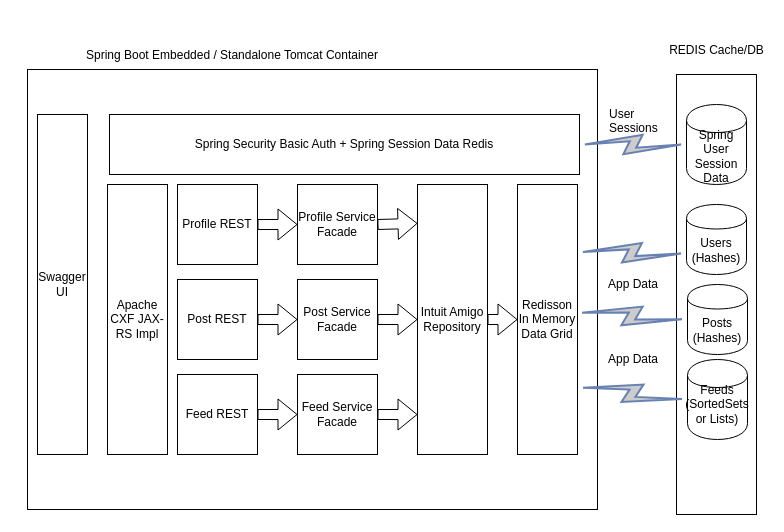
Above: Intuit-Amigo.drawio in anirudha-kadam/intuit-amigo (draw.io), before the change. Source tidied: cells renumbered, new cells numbered last; positions are measured from the earlier drawing's top-left corner, leaving out a move shared by most shapes. Both pictures are drawn from the tidied source at 100%, with x=0, y=0 at pixel (27, 35).
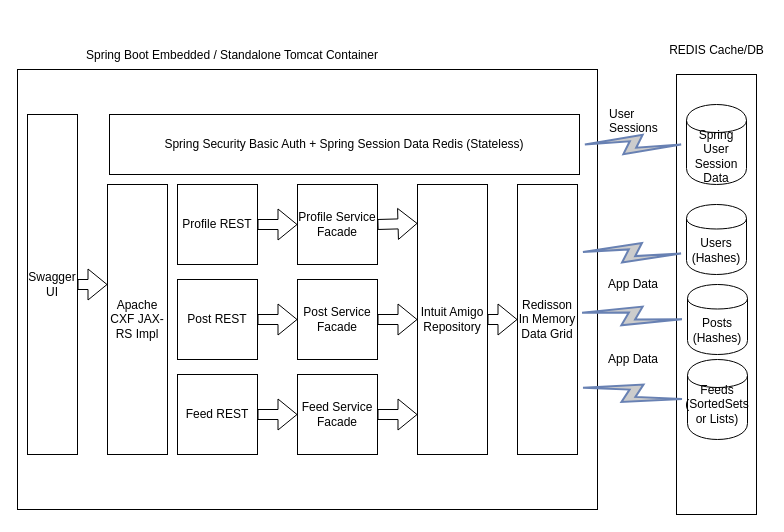
Above is the later version.

Diff of the diagram source:
```diff
@@
     <mxCell id="2" style="rounded=0;whiteSpace=wrap;html=1;" parent="1" vertex="1">
-      <mxGeometry y="34" width="570" height="440" as="geometry" />
+      <mxGeometry x="-10" y="34" width="580" height="440" as="geometry" />
     </mxCell>
@@
-    <mxCell id="20" value="Spring Security Basic Auth + Spring Session Data Redis" style="rounded=0;whiteSpace=wrap;html=1;" parent="1" vertex="1">
+    <mxCell id="20" value="Spring Security Basic Auth + Spring Session Data Redis&amp;nbsp;&lt;span&gt;(Stateless)&lt;/span&gt;" style="rounded=0;whiteSpace=wrap;html=1;" parent="1" vertex="1">
       <mxGeometry x="82" y="79" width="470" height="60" as="geometry" />
     </mxCell>
@@
     <mxCell id="31" value="Swagger UI" style="rounded=0;whiteSpace=wrap;html=1;" parent="1" vertex="1">
-      <mxGeometry x="10" y="79" width="50" height="340" as="geometry" />
+      <mxGeometry y="79" width="50" height="340" as="geometry" />
     </mxCell>
@@
+    <mxCell id="35" style="shape=flexArrow;endArrow=classic;html=1;exitX=1;exitY=0.5;exitDx=0;exitDy=0;" parent="1" edge="1" source="31">
+      <mxGeometry relative="1" as="geometry">
+        <mxPoint x="80" y="249" as="targetPoint" />
+      </mxGeometry>
+    </mxCell>
```
